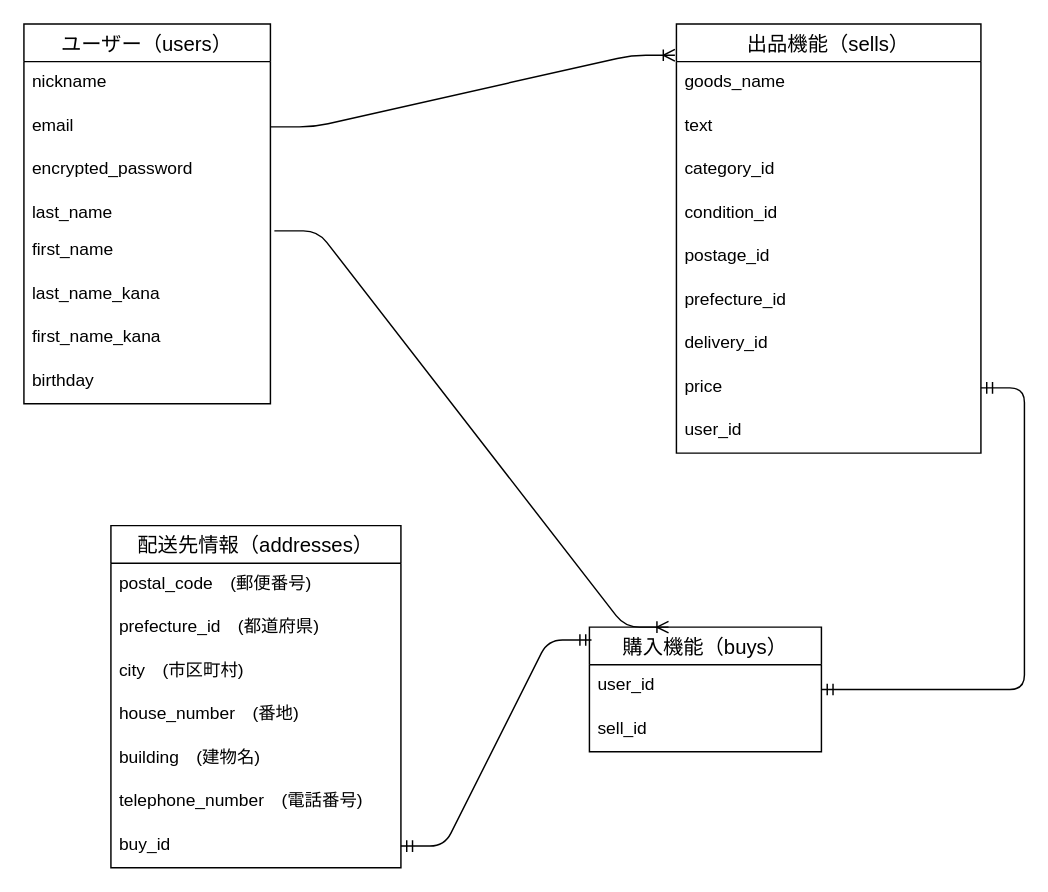
Earlier version of the draw.io diagram furima.dio (uiyum/furima-37442). Source tidied: cells renumbered, new cells numbered last; positions are measured from the earlier drawing's top-left corner, leaving out a move shared by most shapes. Both pictures are drawn from the tidied source at 145%, with x=0, y=0 at pixel (23, 23).
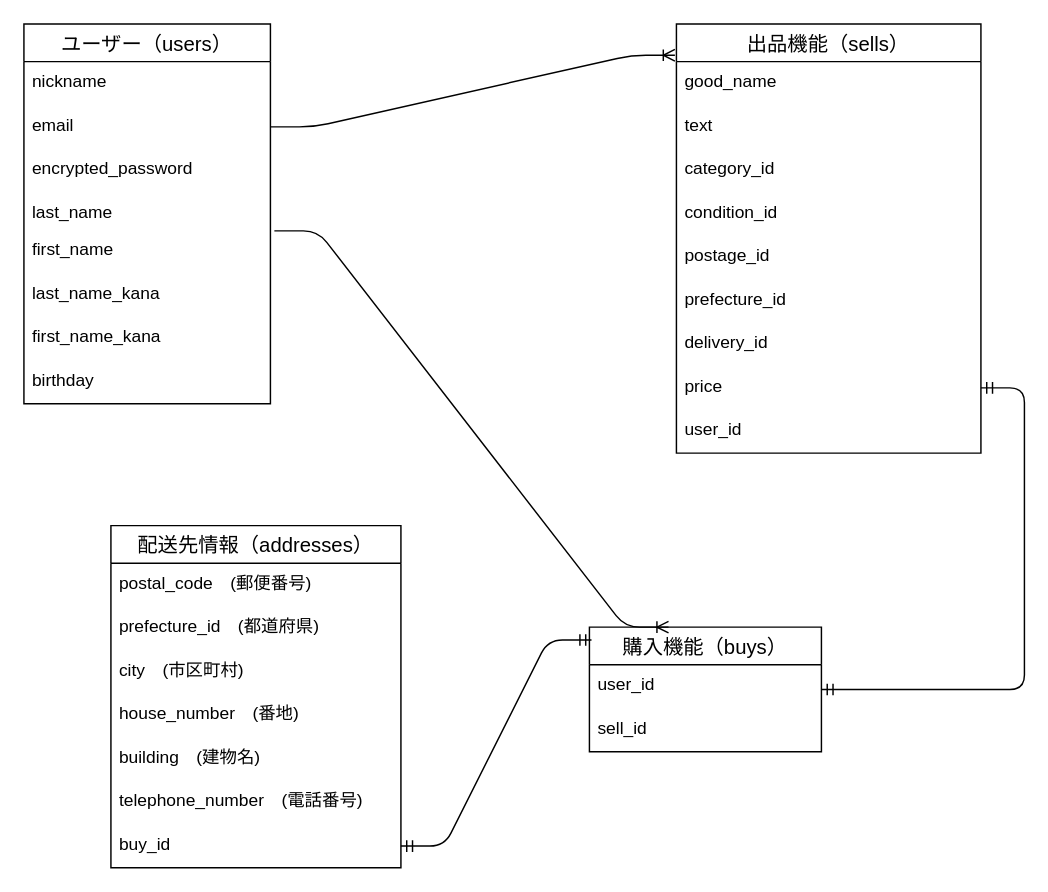
The same diagram, later.

The change refers to these unchanged cells:
```xml
<mxCell id="11" value="出品機能（sells）" style="swimlane;fontStyle=0;horizontal=1;startSize=26;align=center;fontSize=14;" parent="1" vertex="1">
  <mxGeometry x="450" width="210" height="296" as="geometry" />
</mxCell>
```

Change to the diagram source:
```diff
@@
-    <mxCell id="12" value="goods_name" style="text;strokeColor=none;fillColor=none;spacingLeft=4;spacingRight=4;overflow=hidden;fontSize=12;" parent="11" vertex="1">
+    <mxCell id="12" value="good_name" style="text;strokeColor=none;fillColor=none;spacingLeft=4;spacingRight=4;overflow=hidden;fontSize=12;" parent="11" vertex="1">
       <mxGeometry y="26" width="210" height="30" as="geometry" />
     </mxCell>
```
